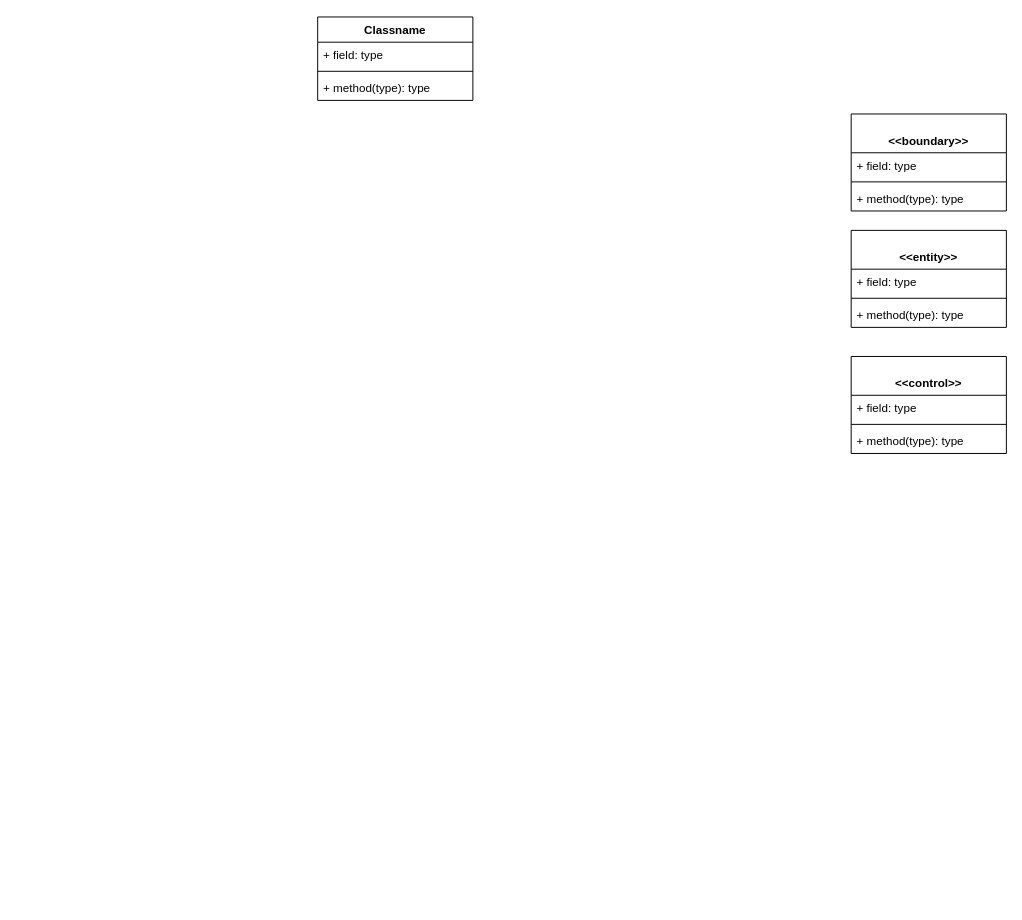
Earlier version of the draw.io diagram Docs/VoPC DoveStudi.drawio (nic-agos/DoveStudi). Source tidied: cells renumbered, new cells numbered last; positions are measured from the earlier drawing's top-left corner, leaving out a move shared by most shapes. Both pictures are drawn from the tidied source at 97%, with x=0, y=0 at pixel (317, 16).
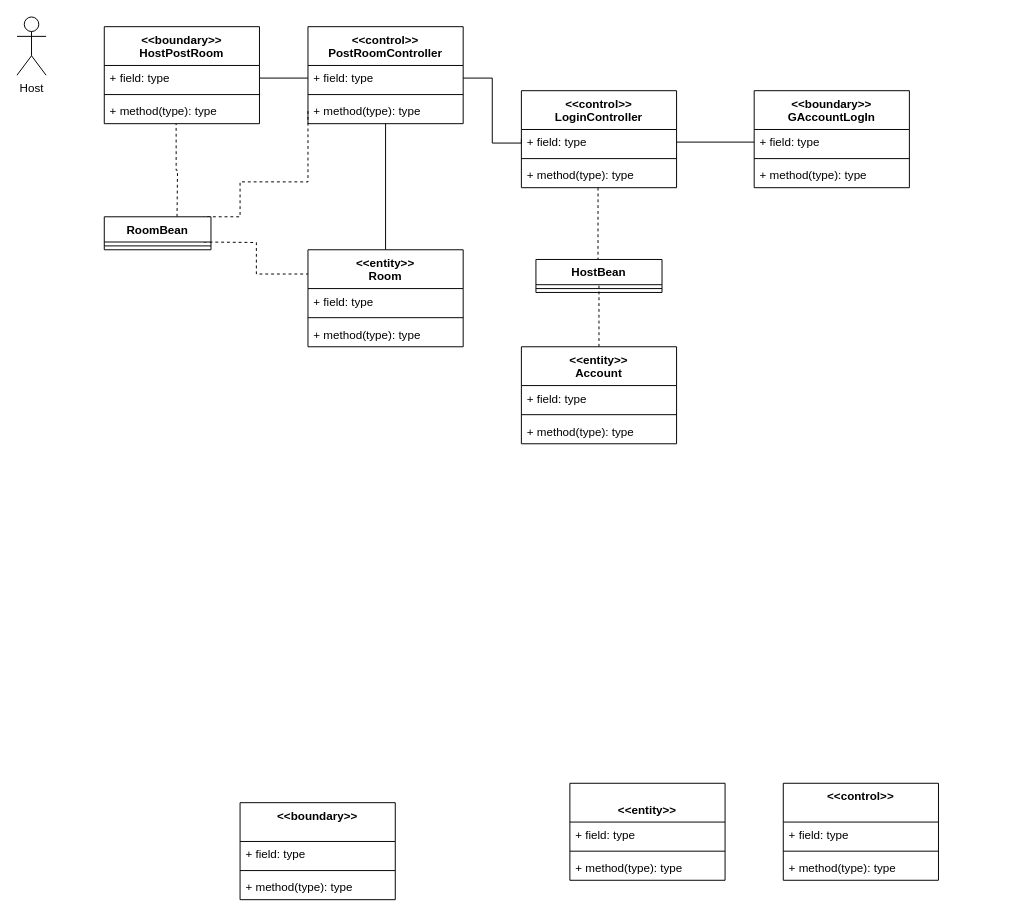
Above is the later version.

Unchanged cells that the change refers to:
```xml
<mxCell id="7" value="+ field: type" style="text;strokeColor=none;fillColor=none;align=left;verticalAlign=top;spacingLeft=4;spacingRight=4;overflow=hidden;points=[[0,0.5],[1,0.5]];portConstraint=eastwest;" parent="6" vertex="1">
  <mxGeometry y="40" width="160" height="26" as="geometry" />
</mxCell>
<mxCell id="9" value="+ method(type): type" style="text;strokeColor=none;fillColor=none;align=left;verticalAlign=top;spacingLeft=4;spacingRight=4;overflow=hidden;points=[[0,0.5],[1,0.5]];portConstraint=eastwest;" parent="6" vertex="1">
  <mxGeometry y="74" width="160" height="26" as="geometry" />
</mxCell>
```

What changed in the source:
```diff
@@
-    <mxCell id="2" value="Classname" style="swimlane;fontStyle=1;align=center;verticalAlign=top;horizontal=1;startSize=26;" parent="1" vertex="1">
-      <mxGeometry width="160" height="86" as="geometry" />
-    </mxCell>
-    <mxCell id="3" value="+ field: type" style="text;strokeColor=none;fillColor=none;align=left;verticalAlign=top;spacingLeft=4;spacingRight=4;overflow=hidden;" parent="2" vertex="1">
-      <mxGeometry y="26" width="160" height="26" as="geometry" />
-    </mxCell>
-    <mxCell id="4" style="line;strokeWidth=1;fillColor=none;align=left;verticalAlign=middle;spacingTop=-1;spacingLeft=3;spacingRight=3;labelPosition=right;" parent="2" vertex="1">
-      <mxGeometry y="52" width="160" height="8" as="geometry" />
-    </mxCell>
-    <mxCell id="5" value="+ method(type): type" style="text;strokeColor=none;fillColor=none;align=left;verticalAlign=top;spacingLeft=4;spacingRight=4;overflow=hidden;" parent="2" vertex="1">
-      <mxGeometry y="60" width="160" height="26" as="geometry" />
-    </mxCell>
-    <mxCell id="6" value="&#10;&lt;&lt;boundary&gt;&gt;" style="swimlane;fontStyle=1;align=center;verticalAlign=top;horizontal=1;startSize=40;" parent="1" vertex="1">
-      <mxGeometry x="550" y="100" width="160" height="100" as="geometry" />
+    <mxCell id="6" value="&lt;&lt;boundary&gt;&gt;&#10;HostPostRoom" style="swimlane;fontStyle=1;align=center;verticalAlign=top;horizontal=1;startSize=40;" parent="1" vertex="1">
+      <mxGeometry x="-220" y="10" width="160" height="100" as="geometry" />
     </mxCell>
@@
     <mxCell id="10" value="&#10;&lt;&lt;entity&gt;&gt;" style="swimlane;fontStyle=1;align=center;verticalAlign=top;horizontal=1;startSize=40;" parent="1" vertex="1">
-      <mxGeometry x="550" y="220" width="160" height="100" as="geometry" />
+      <mxGeometry x="260" y="790" width="160" height="100" as="geometry" />
     </mxCell>
@@
-    <mxCell id="14" value="&#10;&lt;&lt;control&gt;&gt;" style="swimlane;fontStyle=1;align=center;verticalAlign=top;horizontal=1;startSize=40;" parent="1" vertex="1">
-      <mxGeometry x="550" y="350" width="160" height="100" as="geometry" />
+    <mxCell id="14" value="&lt;&lt;control&gt;&gt;" style="swimlane;fontStyle=1;align=center;verticalAlign=top;horizontal=1;startSize=40;" parent="1" vertex="1">
+      <mxGeometry x="480" y="790" width="160" height="100" as="geometry" />
     </mxCell>
@@
+    <mxCell id="18" value="Host" style="shape=umlActor;verticalLabelPosition=bottom;verticalAlign=top;html=1;" parent="1" vertex="1">
+      <mxGeometry x="-310" width="30" height="60" as="geometry" />
+    </mxCell>
+    <mxCell id="19" value="&lt;&lt;boundary&gt;&gt;" style="swimlane;fontStyle=1;align=center;verticalAlign=top;horizontal=1;startSize=40;" parent="1" vertex="1">
+      <mxGeometry x="-80" y="810" width="160" height="100" as="geometry" />
+    </mxCell>
+    <mxCell id="20" value="+ field: type" style="text;strokeColor=none;fillColor=none;align=left;verticalAlign=top;spacingLeft=4;spacingRight=4;overflow=hidden;" parent="19" vertex="1">
+      <mxGeometry y="40" width="160" height="26" as="geometry" />
+    </mxCell>
+    <mxCell id="21" style="line;strokeWidth=1;fillColor=none;align=left;verticalAlign=middle;spacingTop=-1;spacingLeft=3;spacingRight=3;labelPosition=right;" parent="19" vertex="1">
+      <mxGeometry y="66" width="160" height="8" as="geometry" />
+    </mxCell>
+    <mxCell id="22" value="+ method(type): type" style="text;strokeColor=none;fillColor=none;align=left;verticalAlign=top;spacingLeft=4;spacingRight=4;overflow=hidden;" parent="19" vertex="1">
+      <mxGeometry y="74" width="160" height="26" as="geometry" />
+    </mxCell>
+    <mxCell id="23" style="edgeStyle=orthogonalEdgeStyle;rounded=0;jettySize=auto;html=1;exitX=0.5;exitY=0;exitDx=0;exitDy=0;entryX=0.494;entryY=0.987;entryDx=0;entryDy=0;entryPerimeter=0;endArrow=none;endFill=0;dashed=1;" parent="1" edge="1" source="24" target="36">
+      <mxGeometry relative="1" as="geometry">
+        <Array as="points">
+          <mxPoint x="290" y="258" />
+          <mxPoint x="289" y="258" />
+        </Array>
+      </mxGeometry>
+    </mxCell>
+    <mxCell id="24" value="&lt;&lt;entity&gt;&gt;&#10;Account" style="swimlane;fontStyle=1;align=center;verticalAlign=top;horizontal=1;startSize=40;" parent="1" vertex="1">
+      <mxGeometry x="210" y="340" width="160" height="100" as="geometry" />
+    </mxCell>
+    <mxCell id="25" value="+ field: type" style="text;strokeColor=none;fillColor=none;align=left;verticalAlign=top;spacingLeft=4;spacingRight=4;overflow=hidden;" parent="24" vertex="1">
+      <mxGeometry y="40" width="160" height="26" as="geometry" />
+    </mxCell>
+    <mxCell id="26" style="line;strokeWidth=1;fillColor=none;align=left;verticalAlign=middle;spacingTop=-1;spacingLeft=3;spacingRight=3;labelPosition=right;" parent="24" vertex="1">
+      <mxGeometry y="66" width="160" height="8" as="geometry" />
+    </mxCell>
+    <mxCell id="27" value="+ method(type): type" style="text;strokeColor=none;fillColor=none;align=left;verticalAlign=top;spacingLeft=4;spacingRight=4;overflow=hidden;" parent="24" vertex="1">
+      <mxGeometry y="74" width="160" height="26" as="geometry" />
+    </mxCell>
+    <mxCell id="28" value="&lt;&lt;control&gt;&gt;&#10;PostRoomController" style="swimlane;fontStyle=1;align=center;verticalAlign=top;horizontal=1;startSize=40;" parent="1" vertex="1">
+      <mxGeometry x="-10" y="10" width="160" height="100" as="geometry" />
+    </mxCell>
+    <mxCell id="29" value="+ field: type" style="text;strokeColor=none;fillColor=none;align=left;verticalAlign=top;spacingLeft=4;spacingRight=4;overflow=hidden;points=[[0,0.5],[1,0.5]];portConstraint=eastwest;" parent="28" vertex="1">
+      <mxGeometry y="40" width="160" height="26" as="geometry" />
+    </mxCell>
+    <mxCell id="30" style="line;strokeWidth=1;fillColor=none;align=left;verticalAlign=middle;spacingTop=-1;spacingLeft=3;spacingRight=3;labelPosition=right;" parent="28" vertex="1">
+      <mxGeometry y="66" width="160" height="8" as="geometry" />
+    </mxCell>
+    <mxCell id="31" value="+ method(type): type" style="text;strokeColor=none;fillColor=none;align=left;verticalAlign=top;spacingLeft=4;spacingRight=4;overflow=hidden;points=[[0,0.5],[1,0.5]];portConstraint=eastwest;" parent="28" vertex="1">
+      <mxGeometry y="74" width="160" height="26" as="geometry" />
+    </mxCell>
+    <mxCell id="32" style="edgeStyle=orthogonalEdgeStyle;rounded=0;jettySize=auto;html=1;exitX=1;exitY=0.5;exitDx=0;exitDy=0;endArrow=none;endFill=0;" parent="1" edge="1" source="7" target="29">
+      <mxGeometry relative="1" as="geometry" />
+    </mxCell>
+    <mxCell id="33" value="&lt;&lt;control&gt;&gt;&#10;LoginController" style="swimlane;fontStyle=1;align=center;verticalAlign=top;horizontal=1;startSize=40;" parent="1" vertex="1">
+      <mxGeometry x="210" y="76" width="160" height="100" as="geometry" />
+    </mxCell>
+    <mxCell id="34" value="+ field: type" style="text;strokeColor=none;fillColor=none;align=left;verticalAlign=top;spacingLeft=4;spacingRight=4;overflow=hidden;points=[[0,0.5],[1,0.5]];portConstraint=eastwest;" parent="33" vertex="1">
+      <mxGeometry y="40" width="160" height="26" as="geometry" />
+    </mxCell>
+    <mxCell id="35" style="line;strokeWidth=1;fillColor=none;align=left;verticalAlign=middle;spacingTop=-1;spacingLeft=3;spacingRight=3;labelPosition=right;" parent="33" vertex="1">
+      <mxGeometry y="66" width="160" height="8" as="geometry" />
+    </mxCell>
+    <mxCell id="36" value="+ method(type): type" style="text;strokeColor=none;fillColor=none;align=left;verticalAlign=top;spacingLeft=4;spacingRight=4;overflow=hidden;points=[[0,0.5],[1,0.5]];portConstraint=eastwest;" parent="33" vertex="1">
+      <mxGeometry y="74" width="160" height="26" as="geometry" />
+    </mxCell>
+    <mxCell id="37" style="edgeStyle=orthogonalEdgeStyle;rounded=0;jettySize=auto;html=1;exitX=1;exitY=0.5;exitDx=0;exitDy=0;entryX=0;entryY=0.5;entryDx=0;entryDy=0;endArrow=none;endFill=0;" parent="1" edge="1" source="29" target="33">
+      <mxGeometry relative="1" as="geometry">
+        <Array as="points">
+          <mxPoint x="180" y="63" />
+          <mxPoint x="180" y="130" />
+          <mxPoint x="210" y="130" />
+        </Array>
+      </mxGeometry>
+    </mxCell>
+    <mxCell id="38" value="&lt;&lt;boundary&gt;&gt;&#10;GAccountLogIn" style="swimlane;fontStyle=1;align=center;verticalAlign=top;horizontal=1;startSize=40;" parent="1" vertex="1">
+      <mxGeometry x="450" y="76" width="160" height="100" as="geometry" />
+    </mxCell>
+    <mxCell id="39" value="+ field: type" style="text;strokeColor=none;fillColor=none;align=left;verticalAlign=top;spacingLeft=4;spacingRight=4;overflow=hidden;points=[[0,0.5],[1,0.5]];portConstraint=eastwest;" parent="38" vertex="1">
+      <mxGeometry y="40" width="160" height="26" as="geometry" />
+    </mxCell>
+    <mxCell id="40" style="line;strokeWidth=1;fillColor=none;align=left;verticalAlign=middle;spacingTop=-1;spacingLeft=3;spacingRight=3;labelPosition=right;" parent="38" vertex="1">
+      <mxGeometry y="66" width="160" height="8" as="geometry" />
+    </mxCell>
+    <mxCell id="41" value="+ method(type): type" style="text;strokeColor=none;fillColor=none;align=left;verticalAlign=top;spacingLeft=4;spacingRight=4;overflow=hidden;" parent="38" vertex="1">
+      <mxGeometry y="74" width="160" height="26" as="geometry" />
+    </mxCell>
+    <mxCell id="42" style="edgeStyle=orthogonalEdgeStyle;rounded=0;jettySize=auto;html=1;exitX=0.5;exitY=0;exitDx=0;exitDy=0;entryX=0.5;entryY=1;entryDx=0;entryDy=0;endArrow=none;endFill=0;" parent="1" edge="1" source="43" target="28">
+      <mxGeometry relative="1" as="geometry" />
+    </mxCell>
+    <mxCell id="43" value="&lt;&lt;entity&gt;&gt;&#10;Room" style="swimlane;fontStyle=1;align=center;verticalAlign=top;horizontal=1;startSize=40;" parent="1" vertex="1">
+      <mxGeometry x="-10" y="240" width="160" height="100" as="geometry" />
+    </mxCell>
+    <mxCell id="44" value="+ field: type" style="text;strokeColor=none;fillColor=none;align=left;verticalAlign=top;spacingLeft=4;spacingRight=4;overflow=hidden;" parent="43" vertex="1">
+      <mxGeometry y="40" width="160" height="26" as="geometry" />
+    </mxCell>
+    <mxCell id="45" style="line;strokeWidth=1;fillColor=none;align=left;verticalAlign=middle;spacingTop=-1;spacingLeft=3;spacingRight=3;labelPosition=right;" parent="43" vertex="1">
+      <mxGeometry y="66" width="160" height="8" as="geometry" />
+    </mxCell>
+    <mxCell id="46" value="+ method(type): type" style="text;strokeColor=none;fillColor=none;align=left;verticalAlign=top;spacingLeft=4;spacingRight=4;overflow=hidden;" parent="43" vertex="1">
+      <mxGeometry y="74" width="160" height="26" as="geometry" />
+    </mxCell>
+    <mxCell id="47" style="edgeStyle=orthogonalEdgeStyle;rounded=0;jettySize=auto;html=1;exitX=1;exitY=0.5;exitDx=0;exitDy=0;entryX=0;entryY=0.5;entryDx=0;entryDy=0;endArrow=none;endFill=0;" parent="1" edge="1" source="34" target="39">
+      <mxGeometry relative="1" as="geometry" />
+    </mxCell>
+    <mxCell id="48" style="edgeStyle=orthogonalEdgeStyle;rounded=0;jettySize=auto;html=1;exitX=0.5;exitY=0;exitDx=0;exitDy=0;entryX=0.463;entryY=1;entryDx=0;entryDy=0;entryPerimeter=0;endArrow=none;endFill=0;dashed=1;" parent="1" edge="1" target="9">
+      <mxGeometry relative="1" as="geometry">
+        <mxPoint x="-145" y="206" as="sourcePoint" />
+      </mxGeometry>
+    </mxCell>
+    <mxCell id="49" style="edgeStyle=orthogonalEdgeStyle;rounded=0;jettySize=auto;html=1;exitX=0.75;exitY=1;exitDx=0;exitDy=0;entryX=0;entryY=0.25;entryDx=0;entryDy=0;dashed=1;endArrow=none;endFill=0;" parent="1" edge="1" target="43">
+      <mxGeometry relative="1" as="geometry">
+        <mxPoint x="-117.5" y="232" as="sourcePoint" />
+      </mxGeometry>
+    </mxCell>
+    <mxCell id="50" style="edgeStyle=orthogonalEdgeStyle;rounded=0;jettySize=auto;html=1;exitX=0;exitY=0.5;exitDx=0;exitDy=0;entryX=0.75;entryY=0;entryDx=0;entryDy=0;dashed=1;endArrow=none;endFill=0;" parent="1" edge="1" source="31">
+      <mxGeometry relative="1" as="geometry">
+        <mxPoint x="-117.5" y="206" as="targetPoint" />
+        <Array as="points">
+          <mxPoint x="-10" y="170" />
+          <mxPoint x="-80" y="170" />
+          <mxPoint x="-80" y="206" />
+        </Array>
+      </mxGeometry>
+    </mxCell>
+    <mxCell id="51" value="RoomBean" style="swimlane;fontStyle=1;align=center;verticalAlign=top;horizontal=1;startSize=26;" parent="1" vertex="1">
+      <mxGeometry x="-220" y="206" width="110" height="34" as="geometry" />
+    </mxCell>
+    <mxCell id="52" style="line;strokeWidth=1;fillColor=none;align=left;verticalAlign=middle;spacingTop=-1;spacingLeft=3;spacingRight=3;labelPosition=right;" parent="51" vertex="1">
+      <mxGeometry y="26" width="110" height="8" as="geometry" />
+    </mxCell>
+    <mxCell id="53" value="HostBean" style="swimlane;fontStyle=1;align=center;verticalAlign=top;horizontal=1;startSize=26;" parent="1" vertex="1">
+      <mxGeometry x="225" y="250" width="130" height="34" as="geometry" />
+    </mxCell>
+    <mxCell id="54" style="line;strokeWidth=1;fillColor=none;align=left;verticalAlign=middle;spacingTop=-1;spacingLeft=3;spacingRight=3;labelPosition=right;" parent="53" vertex="1">
+      <mxGeometry y="26" width="130" height="8" as="geometry" />
+    </mxCell>
```
